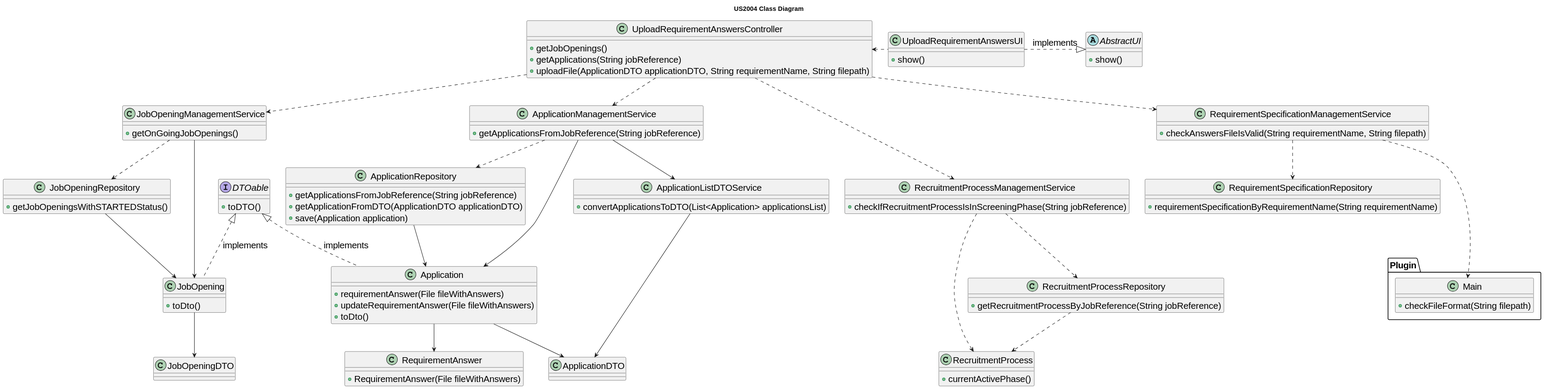
This is docs/sprint-c/us_2004/US2004_CD/us2004_cd.svg from rita-barbosa/LAPR4-2324, a PlantUML export, as it was before one commit.
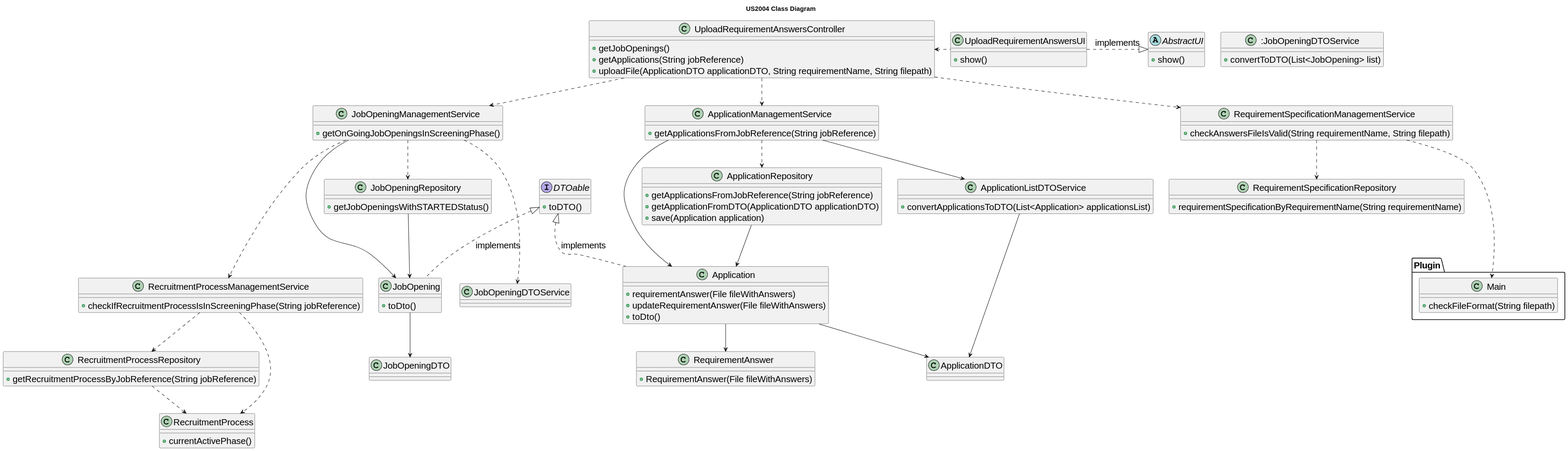
The same diagram one commit later.

Commit message:
docs: US2004 - design diagrams corrections

Change to the diagram source:
```diff
@@ -22,7 +22,7 @@
 }
 
 class JobOpeningManagementService {
-+ getOnGoingJobOpenings()
++ getOnGoingJobOpeningsInScreeningPhase()
 }
 
 class RecruitmentProcessManagementService {
@@ -40,6 +40,10 @@
 
 class JobOpening {
 + toDto()
+}
+
+class :JobOpeningDTOService {
++ convertToDTO(List<JobOpening> list)
 }
 
 class JobOpeningDTO {}
@@ -99,12 +103,13 @@
 UploadRequirementAnswersController ..> JobOpeningManagementService
 UploadRequirementAnswersController ..> ApplicationManagementService
 UploadRequirementAnswersController ..> RequirementSpecificationManagementService
-UploadRequirementAnswersController ...> RecruitmentProcessManagementService
 
 JobOpeningManagementService ..> JobOpeningRepository
 JobOpeningManagementService --> JobOpening
 JobOpeningRepository --> JobOpening
 JobOpening --> JobOpeningDTO
+JobOpeningManagementService ...> RecruitmentProcessManagementService
+JobOpeningManagementService ...> JobOpeningDTOService
 
 ApplicationManagementService ..> ApplicationRepository
 ApplicationManagementService --> Application
```
